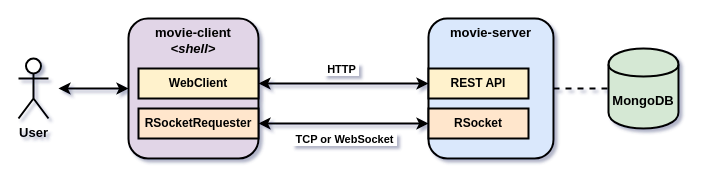
Above: images/project-diagram.drawio in Prolew/movie-spring-react (draw.io), before the change. Source tidied: cells renumbered, new cells numbered last; positions are measured from the earlier drawing's top-left corner, leaving out a move shared by most shapes. Both pictures are drawn from the tidied source at 100%, with x=0, y=0 at pixel (18, 18).
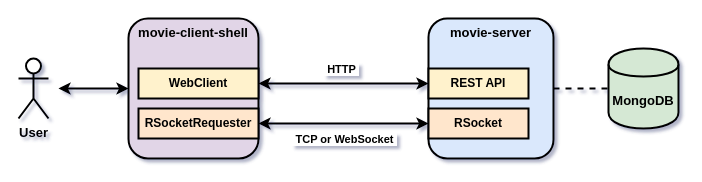
After the change.

The edit, as a diff of the source:
```diff
@@
 <mxGraphModel shadow="1">
   <root>
     <mxCell id="0" />
     <mxCell id="1" parent="0" />
-    <mxCell id="2" value="&lt;b&gt;&lt;font style=&quot;font-size: 13px&quot;&gt;movie-client&lt;br&gt;&lt;i&gt;&amp;lt;shell&amp;gt;&lt;/i&gt;&lt;br&gt;&lt;/font&gt;&lt;/b&gt;" style="rounded=1;whiteSpace=wrap;html=1;strokeWidth=2;verticalAlign=top;fillColor=#e1d5e7;" parent="1" vertex="1">
+    <mxCell id="2" value="&lt;b&gt;&lt;font style=&quot;font-size: 13px&quot;&gt;movie-client-shell&lt;br&gt;&lt;/font&gt;&lt;/b&gt;" style="rounded=1;whiteSpace=wrap;html=1;strokeWidth=2;verticalAlign=top;fillColor=#e1d5e7;" parent="1" vertex="1">
       <mxGeometry x="110" width="130" height="140" as="geometry" />
     </mxCell>
     <mxCell id="3" value="&lt;b&gt;&lt;font style=&quot;font-size: 13px&quot;&gt;movie-server&lt;/font&gt;&lt;/b&gt;" style="rounded=1;whiteSpace=wrap;html=1;strokeWidth=2;verticalAlign=top;fillColor=#dae8fc;" parent="1" vertex="1">
       <mxGeometry x="410" width="125" height="140" as="geometry" />
     </mxCell>
     <mxCell id="4" value="&lt;b&gt;&lt;font style=&quot;font-size: 13px&quot;&gt;MongoDB&lt;/font&gt;&lt;/b&gt;" style="shape=cylinder;whiteSpace=wrap;html=1;boundedLbl=1;backgroundOutline=1;strokeWidth=2;fillColor=#d5e8d4;" parent="1" vertex="1">
       <mxGeometry x="590" y="30" width="70" height="80" as="geometry" />
     </mxCell>
     <mxCell id="5" value="&lt;b&gt;&lt;font style=&quot;font-size: 13px&quot;&gt;User&lt;/font&gt;&lt;/b&gt;" style="shape=umlActor;verticalLabelPosition=bottom;verticalAlign=top;html=1;strokeWidth=2;" parent="1" vertex="1">
       <mxGeometry y="40" width="30" height="60" as="geometry" />
     </mxCell>
     <mxCell id="6" style="endArrow=none;dashed=1;html=1;exitX=1;exitY=0.5;exitDx=0;exitDy=0;entryX=0;entryY=0.5;entryDx=0;entryDy=0;strokeWidth=2;" parent="1" edge="1" source="3" target="4">
       <mxGeometry relative="1" as="geometry" />
     </mxCell>
     <mxCell id="7" style="endArrow=classic;startArrow=classic;html=1;strokeWidth=2;entryX=0;entryY=0.5;entryDx=0;entryDy=0;" parent="1" edge="1" target="2">
       <mxGeometry relative="1" as="geometry">
         <mxPoint x="40" y="70" as="sourcePoint" />
       </mxGeometry>
     </mxCell>
     <mxCell id="8" value="&lt;b&gt;REST API&lt;/b&gt;" style="rounded=0;whiteSpace=wrap;html=1;strokeWidth=2;fillColor=#fff2cc;" parent="1" vertex="1">
       <mxGeometry x="410" y="50" width="100" height="30" as="geometry" />
     </mxCell>
     <mxCell id="9" value="&lt;b&gt;RSocket&lt;/b&gt;" style="rounded=0;whiteSpace=wrap;html=1;strokeWidth=2;fillColor=#ffe6cc;" parent="1" vertex="1">
       <mxGeometry x="410" y="90" width="100" height="30" as="geometry" />
     </mxCell>
     <mxCell id="10" value="&lt;b&gt;WebClient&lt;/b&gt;" style="rounded=0;whiteSpace=wrap;html=1;strokeWidth=2;fillColor=#fff2cc;" parent="1" vertex="1">
       <mxGeometry x="120" y="50" width="120" height="30" as="geometry" />
     </mxCell>
     <mxCell id="11" value="&lt;b&gt;RSocketRequester&lt;/b&gt;" style="rounded=0;whiteSpace=wrap;html=1;strokeWidth=2;fillColor=#ffe6cc;" parent="1" vertex="1">
       <mxGeometry x="120" y="90" width="120" height="30" as="geometry" />
     </mxCell>
     <mxCell id="12" style="endArrow=classic;startArrow=classic;html=1;strokeWidth=2;exitX=1;exitY=0.5;exitDx=0;exitDy=0;entryX=0;entryY=0.5;entryDx=0;entryDy=0;" parent="1" edge="1" source="11" target="9">
       <mxGeometry relative="1" as="geometry" />
     </mxCell>
     <mxCell id="13" value="&lt;b&gt;&amp;nbsp;TCP or WebSocket&amp;nbsp;&lt;/b&gt;" style="edgeLabel;html=1;align=center;verticalAlign=middle;" parent="12" vertex="1">
       <mxGeometry y="-1" relative="1" as="geometry">
         <mxPoint y="14" as="offset" />
       </mxGeometry>
     </mxCell>
     <mxCell id="14" style="endArrow=classic;startArrow=classic;html=1;strokeWidth=2;entryX=0;entryY=0.5;entryDx=0;entryDy=0;exitX=1;exitY=0.5;exitDx=0;exitDy=0;" parent="1" edge="1" source="10" target="8">
       <mxGeometry relative="1" as="geometry" />
     </mxCell>
     <mxCell id="15" value="&lt;b&gt;&amp;nbsp;HTTP&amp;nbsp;&lt;/b&gt;" style="edgeLabel;html=1;align=center;verticalAlign=middle;" parent="14" vertex="1">
       <mxGeometry x="-0.13" y="2" relative="1" as="geometry">
         <mxPoint x="8" y="-13" as="offset" />
       </mxGeometry>
     </mxCell>
   </root>
 </mxGraphModel>
```
